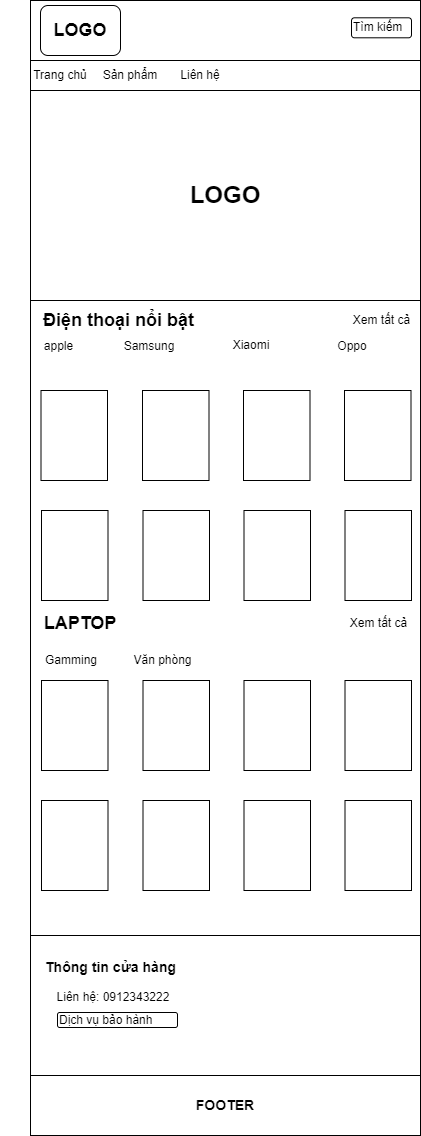
The draw.io diagram img/Trang chu-MOBILE.png in NguyenHocPH36330/Web106_HocNC, before a commit. Source tidied: cells renumbered, new cells last; positions are measured from the earlier drawing's top-left corner, leaving out a move shared by most shapes.
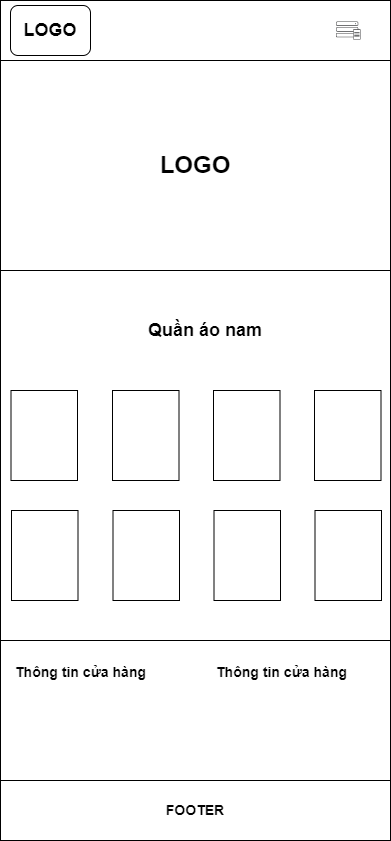
The same file after the commit.

What changed in the source:
```diff
@@ -3,7 +3,7 @@
     <mxCell id="0" />
     <mxCell id="1" parent="0" />
     <mxCell id="2" style="rounded=0;whiteSpace=wrap;html=1;" parent="1" vertex="1">
-      <mxGeometry x="30" width="390" height="1130" as="geometry" />
+      <mxGeometry x="30" width="390" height="840" as="geometry" />
     </mxCell>
     <mxCell id="3" style="rounded=0;whiteSpace=wrap;html=1;" parent="1" vertex="1">
       <mxGeometry x="30" width="390" height="60" as="geometry" />
@@ -12,38 +12,14 @@
       <mxGeometry x="40" y="5" width="80" height="50" as="geometry" />
     </mxCell>
     <mxCell id="5" value="&lt;h1&gt;LOGO&lt;/h1&gt;" style="rounded=0;whiteSpace=wrap;html=1;" parent="1" vertex="1">
-      <mxGeometry x="30" y="90" width="390" height="210" as="geometry" />
+      <mxGeometry x="30" y="60" width="390" height="210" as="geometry" />
     </mxCell>
     <mxCell id="6" value="&lt;h3&gt;FOOTER&lt;/h3&gt;" style="rounded=0;whiteSpace=wrap;html=1;" parent="1" vertex="1">
-      <mxGeometry x="30" y="1075" width="390" height="60" as="geometry" />
+      <mxGeometry x="30" y="780" width="390" height="60" as="geometry" />
     </mxCell>
-    <mxCell id="7" value="Tìm kiếm" style="rounded=1;whiteSpace=wrap;html=1;align=left;" parent="1" vertex="1">
-      <mxGeometry x="351" y="17.3" width="60" height="20" as="geometry" />
-    </mxCell>
-    <mxCell id="8" value="Trang chủ" style="text;html=1;strokeColor=none;fillColor=none;align=center;verticalAlign=middle;whiteSpace=wrap;rounded=0;" parent="1" vertex="1">
-      <mxGeometry x="30" y="60" width="60" height="30" as="geometry" />
-    </mxCell>
-    <mxCell id="9" value="Sản phẩm" style="text;html=1;strokeColor=none;fillColor=none;align=center;verticalAlign=middle;whiteSpace=wrap;rounded=0;" parent="1" vertex="1">
-      <mxGeometry x="100" y="60" width="60" height="30" as="geometry" />
-    </mxCell>
-    <mxCell id="10" value="Liên hệ" style="text;html=1;strokeColor=none;fillColor=none;align=center;verticalAlign=middle;whiteSpace=wrap;rounded=0;" parent="1" vertex="1">
-      <mxGeometry x="170" y="60" width="60" height="30" as="geometry" />
-    </mxCell>
-    <mxCell id="11" value="&lt;h2&gt;Điện thoại nổi bật&lt;/h2&gt;" style="text;html=1;strokeColor=none;fillColor=none;align=left;verticalAlign=middle;whiteSpace=wrap;rounded=0;" parent="1" vertex="1">
-      <mxGeometry x="41" y="300" width="200" height="40" as="geometry" />
+    <mxCell id="11" value="&lt;h2&gt;Quần áo nam&lt;/h2&gt;" style="text;html=1;strokeColor=none;fillColor=none;align=left;verticalAlign=middle;whiteSpace=wrap;rounded=0;" parent="1" vertex="1">
+      <mxGeometry x="176.2" y="310" width="200" height="40" as="geometry" />
     </mxCell>
-    <mxCell id="12" value="apple" style="text;html=1;strokeColor=none;fillColor=none;align=center;verticalAlign=middle;whiteSpace=wrap;rounded=0;flipH=1;" parent="1" vertex="1">
-      <mxGeometry x="40" y="330.5" width="37" height="30" as="geometry" />
-    </mxCell>
-    <mxCell id="13" value="Samsung" style="text;html=1;strokeColor=none;fillColor=none;align=center;verticalAlign=middle;whiteSpace=wrap;rounded=0;flipH=1;" parent="1" vertex="1">
-      <mxGeometry x="119" y="330.5" width="60" height="30" as="geometry" />
-    </mxCell>
-    <mxCell id="14" value="Xiaomi" style="text;html=1;strokeColor=none;fillColor=none;align=center;verticalAlign=middle;whiteSpace=wrap;rounded=0;flipH=1;" parent="1" vertex="1">
-      <mxGeometry x="221" y="330" width="60" height="30" as="geometry" />
-    </mxCell>
-    <mxCell id="15" value="Oppo" style="text;html=1;strokeColor=none;fillColor=none;align=center;verticalAlign=middle;whiteSpace=wrap;rounded=0;flipH=1;" parent="1" vertex="1">
-      <mxGeometry x="322" y="330.5" width="60" height="30" as="geometry" />
-    </mxCell>
     <mxCell id="16" style="rounded=0;whiteSpace=wrap;html=1;flipH=1;" parent="1" vertex="1">
       <mxGeometry x="40.5" y="390" width="66.5" height="90" as="geometry" />
     </mxCell>
@@ -68,56 +44,17 @@
     <mxCell id="23" style="rounded=0;whiteSpace=wrap;html=1;flipH=1;" parent="1" vertex="1">
       <mxGeometry x="344.5" y="510" width="66.5" height="90" as="geometry" />
     </mxCell>
-    <mxCell id="24" value="&lt;h2&gt;LAPTOP&lt;/h2&gt;" style="text;html=1;strokeColor=none;fillColor=none;align=center;verticalAlign=middle;whiteSpace=wrap;rounded=0;" parent="1" vertex="1">
-      <mxGeometry y="600" width="160" height="45" as="geometry" />
-    </mxCell>
-    <mxCell id="25" value="Gamming" style="text;html=1;strokeColor=none;fillColor=none;align=center;verticalAlign=middle;whiteSpace=wrap;rounded=0;flipH=0;" parent="1" vertex="1">
-      <mxGeometry x="41" y="645" width="60" height="30" as="geometry" />
-    </mxCell>
-    <mxCell id="26" value="Văn phòng" style="text;html=1;strokeColor=none;fillColor=none;align=center;verticalAlign=middle;whiteSpace=wrap;rounded=0;flipH=0;" parent="1" vertex="1">
-      <mxGeometry x="124" y="645" width="77" height="30" as="geometry" />
-    </mxCell>
-    <mxCell id="27" value="Xem tất cả" style="text;html=1;strokeColor=none;fillColor=none;align=center;verticalAlign=middle;whiteSpace=wrap;rounded=0;flipH=0;" parent="1" vertex="1">
-      <mxGeometry x="340" y="607.5" width="77" height="30" as="geometry" />
-    </mxCell>
-    <mxCell id="28" style="rounded=0;whiteSpace=wrap;html=1;flipH=1;" parent="1" vertex="1">
-      <mxGeometry x="41" y="680" width="66.5" height="90" as="geometry" />
-    </mxCell>
-    <mxCell id="29" style="rounded=0;whiteSpace=wrap;html=1;flipH=1;" parent="1" vertex="1">
-      <mxGeometry x="142.5" y="680" width="66.5" height="90" as="geometry" />
-    </mxCell>
-    <mxCell id="30" style="rounded=0;whiteSpace=wrap;html=1;flipH=1;" parent="1" vertex="1">
-      <mxGeometry x="243.5" y="680" width="66.5" height="90" as="geometry" />
-    </mxCell>
-    <mxCell id="31" style="rounded=0;whiteSpace=wrap;html=1;flipH=1;" parent="1" vertex="1">
-      <mxGeometry x="344.5" y="680" width="66.5" height="90" as="geometry" />
-    </mxCell>
-    <mxCell id="32" style="rounded=0;whiteSpace=wrap;html=1;flipH=1;" parent="1" vertex="1">
-      <mxGeometry x="41" y="800" width="66.5" height="90" as="geometry" />
-    </mxCell>
-    <mxCell id="33" style="rounded=0;whiteSpace=wrap;html=1;flipH=1;" parent="1" vertex="1">
-      <mxGeometry x="142.5" y="800" width="66.5" height="90" as="geometry" />
-    </mxCell>
-    <mxCell id="34" style="rounded=0;whiteSpace=wrap;html=1;flipH=1;" parent="1" vertex="1">
-      <mxGeometry x="243.5" y="800" width="66.5" height="90" as="geometry" />
-    </mxCell>
-    <mxCell id="35" style="rounded=0;whiteSpace=wrap;html=1;flipH=1;" parent="1" vertex="1">
-      <mxGeometry x="344.5" y="800" width="66.5" height="90" as="geometry" />
-    </mxCell>
     <mxCell id="36" style="rounded=0;whiteSpace=wrap;html=1;" parent="1" vertex="1">
-      <mxGeometry x="30" y="935" width="390" height="140" as="geometry" />
+      <mxGeometry x="30" y="640" width="390" height="140" as="geometry" />
     </mxCell>
-    <mxCell id="37" value="Dịch vụ bảo hành" style="rounded=1;whiteSpace=wrap;html=1;align=left;" parent="1" vertex="1">
-      <mxGeometry x="57" y="1012" width="120" height="15" as="geometry" />
-    </mxCell>
     <mxCell id="38" value="&lt;h3&gt;Thông tin cửa hàng&lt;/h3&gt;" style="text;html=1;align=left;verticalAlign=middle;whiteSpace=wrap;rounded=0;" parent="1" vertex="1">
-      <mxGeometry x="43" y="952" width="140" height="30" as="geometry" />
+      <mxGeometry x="43" y="657" width="140" height="30" as="geometry" />
     </mxCell>
-    <mxCell id="39" value="Liên hệ: 0912343222" style="text;html=1;align=center;verticalAlign=middle;whiteSpace=wrap;rounded=0;" parent="1" vertex="1">
-      <mxGeometry x="47" y="982" width="132" height="30" as="geometry" />
-    </mxCell>
-    <mxCell id="40" value="Xem tất cả" style="text;html=1;strokeColor=none;fillColor=none;align=center;verticalAlign=middle;whiteSpace=wrap;rounded=0;flipH=0;" parent="1" vertex="1">
-      <mxGeometry x="342.5" y="305" width="77" height="30" as="geometry" />
-    </mxCell>
+    <mxCell id="41" value="&lt;h3&gt;Thông tin cửa hàng&lt;/h3&gt;" style="text;html=1;align=left;verticalAlign=middle;whiteSpace=wrap;rounded=0;" parent="1" vertex="1">
+      <mxGeometry x="243.5" y="657" width="140" height="30" as="geometry" />
+    </mxCell>
+    <mxCell id="42" style="sketch=0;shadow=0;dashed=0;html=1;strokeColor=none;fillColor=#434445;labelPosition=center;verticalLabelPosition=bottom;verticalAlign=top;align=center;shape=mxgraph.vvd.array_manager;" parent="1" vertex="1">
+      <mxGeometry x="365.4" y="21" width="24.7" height="18" as="geometry" />
+    </mxCell>
   </root>
 </mxGraphModel>
```
